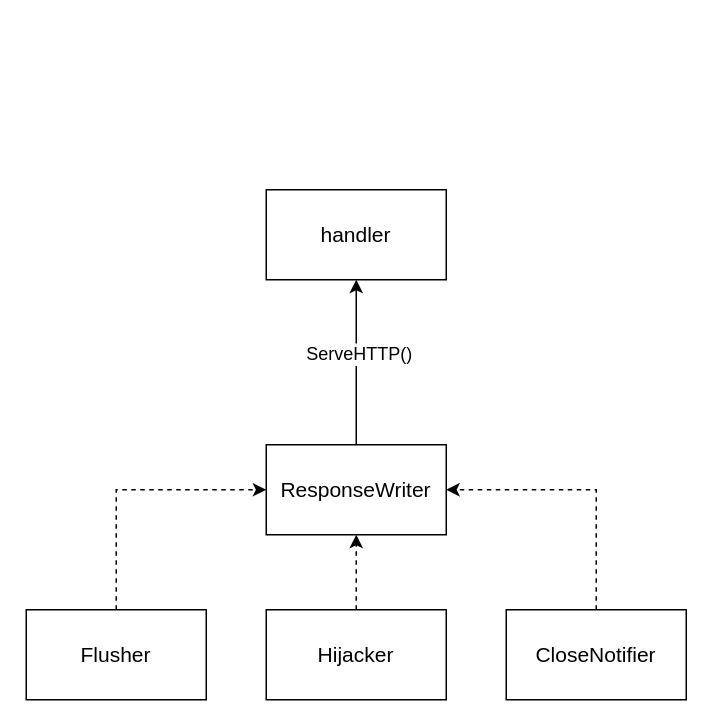
Above: page "Page-1" (1 of 3) of go-net.drawio in oiar/assets (draw.io), before the change. Source tidied: cells renumbered, new cells numbered last; positions are measured from the earlier drawing's top-left corner, leaving out a move shared by most shapes. Both pictures are drawn from the tidied source at 150%, with x=0, y=0 at pixel (26, 189).
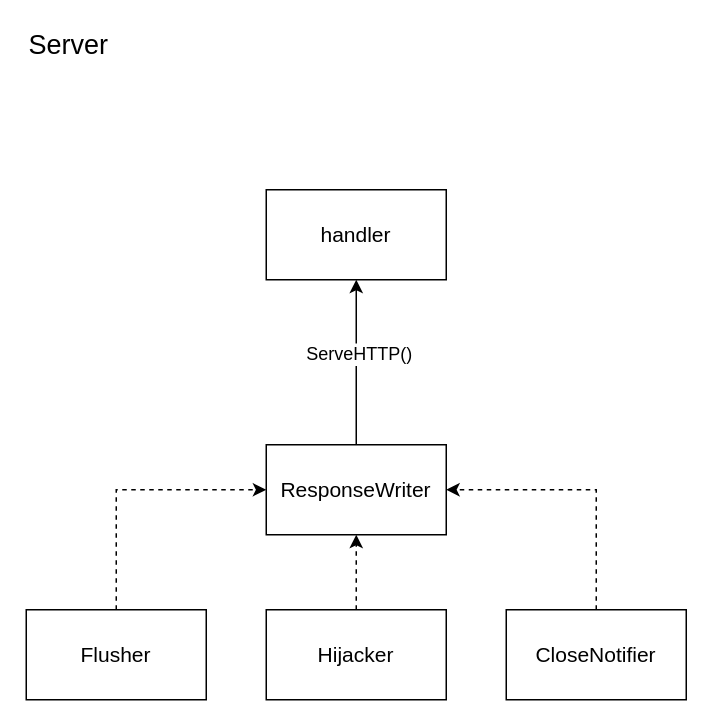
The same page after the edit.

The edit, as a diff of the source:
```diff
@@
 <mxGraphModel>
   <root>
     <mxCell id="0" />
     <mxCell id="1" parent="0" />
     <mxCell id="2" value="&lt;font style=&quot;font-size: 14px&quot;&gt;handler&lt;/font&gt;" style="rounded=0;whiteSpace=wrap;html=1;" parent="1" vertex="1">
       <mxGeometry x="160" width="120" height="60" as="geometry" />
     </mxCell>
     <mxCell id="3" style="edgeStyle=orthogonalEdgeStyle;rounded=0;jettySize=auto;html=1;exitX=0.5;exitY=0;exitDx=0;exitDy=0;entryX=0.5;entryY=1;entryDx=0;entryDy=0;" parent="1" edge="1" source="5" target="2">
       <mxGeometry relative="1" as="geometry" />
     </mxCell>
     <mxCell id="4" value="ServeHTTP()" style="text;html=1;align=center;verticalAlign=middle;labelBackgroundColor=#ffffff;" parent="3" vertex="1">
       <mxGeometry x="0.11" y="-1" relative="1" as="geometry" />
     </mxCell>
     <mxCell id="5" value="&lt;div style=&quot;font-size: 14px ; line-height: 21px ; white-space: pre&quot;&gt;&lt;span style=&quot;background-color: rgb(255 , 255 , 255)&quot;&gt;ResponseWriter&lt;/span&gt;&lt;/div&gt;" style="rounded=0;whiteSpace=wrap;html=1;" parent="1" vertex="1">
       <mxGeometry x="160" y="170" width="120" height="60" as="geometry" />
     </mxCell>
     <mxCell id="6" style="edgeStyle=orthogonalEdgeStyle;rounded=0;jettySize=auto;html=1;exitX=0.5;exitY=0;exitDx=0;exitDy=0;entryX=1;entryY=0.5;entryDx=0;entryDy=0;dashed=1;" parent="1" edge="1" source="7" target="5">
       <mxGeometry relative="1" as="geometry" />
     </mxCell>
     <mxCell id="7" value="&lt;div style=&quot;font-size: 14px ; line-height: 21px ; white-space: pre&quot;&gt;&lt;span style=&quot;background-color: rgb(255 , 255 , 255)&quot;&gt;CloseNotifier&lt;/span&gt;&lt;/div&gt;" style="rounded=0;whiteSpace=wrap;html=1;" parent="1" vertex="1">
       <mxGeometry x="320" y="280" width="120" height="60" as="geometry" />
     </mxCell>
     <mxCell id="8" style="edgeStyle=orthogonalEdgeStyle;rounded=0;jettySize=auto;html=1;exitX=0.5;exitY=0;exitDx=0;exitDy=0;dashed=1;" parent="1" edge="1" source="9">
       <mxGeometry relative="1" as="geometry">
         <mxPoint x="220" y="230" as="targetPoint" />
       </mxGeometry>
     </mxCell>
     <mxCell id="9" value="&lt;div style=&quot;font-size: 14px ; line-height: 21px ; white-space: pre&quot;&gt;&lt;span style=&quot;background-color: rgb(255 , 255 , 255)&quot;&gt;Hijacker&lt;/span&gt;&lt;/div&gt;" style="rounded=0;whiteSpace=wrap;html=1;" parent="1" vertex="1">
       <mxGeometry x="160" y="280" width="120" height="60" as="geometry" />
     </mxCell>
     <mxCell id="10" style="edgeStyle=orthogonalEdgeStyle;rounded=0;jettySize=auto;html=1;exitX=0.5;exitY=0;exitDx=0;exitDy=0;entryX=0;entryY=0.5;entryDx=0;entryDy=0;dashed=1;" parent="1" edge="1" source="11" target="5">
       <mxGeometry relative="1" as="geometry" />
     </mxCell>
     <mxCell id="11" value="&lt;div style=&quot;font-size: 14px ; line-height: 21px ; white-space: pre&quot;&gt;&lt;span style=&quot;background-color: rgb(255 , 255 , 255)&quot;&gt;Flusher&lt;/span&gt;&lt;/div&gt;" style="rounded=0;whiteSpace=wrap;html=1;" parent="1" vertex="1">
       <mxGeometry y="280" width="120" height="60" as="geometry" />
     </mxCell>
+    <mxCell id="12" value="&lt;font style=&quot;font-size: 18px&quot;&gt;Server&lt;/font&gt;" style="text;html=1;align=left;verticalAlign=top;spacingTop=-4;" parent="1" vertex="1">
+      <mxGeometry y="-109" width="70" height="20" as="geometry" />
+    </mxCell>
   </root>
 </mxGraphModel>
```
